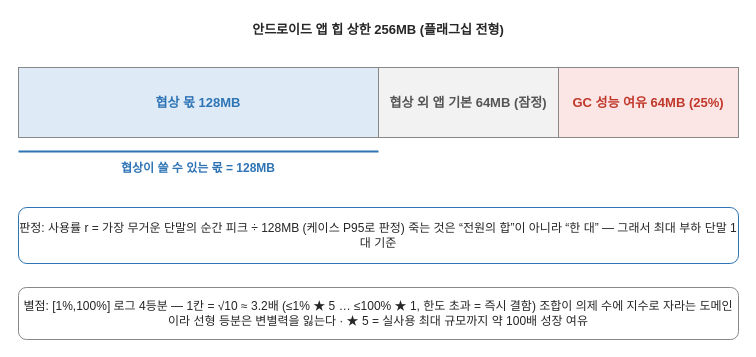
This is docs/changbae/drawio/61-3-RU-한도-유도-개념.drawio from Sunwoo-Nam/architect-teamproject, a draw.io file, before an edit. Source tidied: cells renumbered, new cells numbered last; positions are measured from the earlier drawing's top-left corner, leaving out a move shared by most shapes. Both pictures are drawn from the tidied source at 100%, with x=0, y=0 at pixel (18, 17).
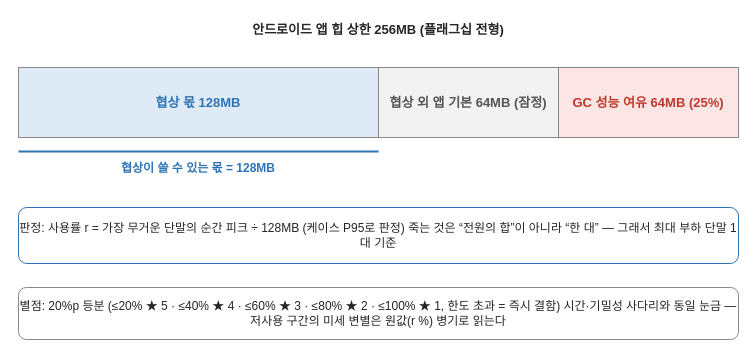
The same diagram, later.

The edit, as a diff of the source:
```diff
@@
 <mxGraphModel>
   <root>
     <mxCell id="0" />
     <mxCell id="1" parent="0" />
     <mxCell id="2" value="안드로이드 앱 힙 상한 256MB (플래그십 전형)" style="rounded=0;whiteSpace=wrap;html=1;fillColor=none;strokeColor=none;fontSize=13;fontColor=#262626;align=center;verticalAlign=middle;strokeWidth=1;fontStyle=1;strokeColor=none;" parent="1" vertex="1">
       <mxGeometry width="720" height="24" as="geometry" />
     </mxCell>
     <mxCell id="3" value="협상 몫  128MB" style="rounded=0;whiteSpace=wrap;html=1;fillColor=#DEEBF7;strokeColor=#888888;fontSize=13;fontColor=#2E74B5;align=center;verticalAlign=middle;strokeWidth=1;fontStyle=1;" parent="1" vertex="1">
       <mxGeometry y="50" width="360" height="70" as="geometry" />
     </mxCell>
     <mxCell id="4" value="협상 외 앱 기본  64MB (잠정)" style="rounded=0;whiteSpace=wrap;html=1;fillColor=#F2F2F2;strokeColor=#888888;fontSize=13;fontColor=#555555;align=center;verticalAlign=middle;strokeWidth=1;fontStyle=1;" parent="1" vertex="1">
       <mxGeometry x="360" y="50" width="180" height="70" as="geometry" />
     </mxCell>
     <mxCell id="5" value="GC 성능 여유  64MB (25%)" style="rounded=0;whiteSpace=wrap;html=1;fillColor=#FBE5E5;strokeColor=#888888;fontSize=13;fontColor=#C0392B;align=center;verticalAlign=middle;strokeWidth=1;fontStyle=1;" parent="1" vertex="1">
       <mxGeometry x="540" y="50" width="180" height="70" as="geometry" />
     </mxCell>
     <mxCell id="6" style="endArrow=none;html=1;strokeColor=#2E74B5;strokeWidth=2;endFill=1;" parent="1" edge="1">
       <mxGeometry relative="1" as="geometry">
         <mxPoint y="134" as="sourcePoint" />
         <mxPoint x="360" y="134" as="targetPoint" />
       </mxGeometry>
     </mxCell>
     <mxCell id="7" value="협상이 쓸 수 있는 몫 = 128MB" style="rounded=0;whiteSpace=wrap;html=1;fillColor=none;strokeColor=none;fontSize=12;fontColor=#2E74B5;align=center;verticalAlign=middle;strokeWidth=1;fontStyle=1;strokeColor=none;" parent="1" vertex="1">
       <mxGeometry y="140" width="360" height="22" as="geometry" />
     </mxCell>
     <mxCell id="8" value="판정: 사용률 r = 가장 무거운 단말의 순간 피크 ÷ 128MB  (케이스 P95로 판정)&amp;#10;죽는 것은 “전원의 합”이 아니라 “한 대” — 그래서 최대 부하 단말 1대 기준" style="rounded=1;whiteSpace=wrap;html=1;fillColor=#FFFFFF;strokeColor=#2E74B5;fontSize=12;fontColor=#262626;align=center;verticalAlign=middle;strokeWidth=1;" parent="1" vertex="1">
       <mxGeometry y="190" width="720" height="56" as="geometry" />
     </mxCell>
-    <mxCell id="9" value="별점: [1%,100%] 로그 4등분 — 1칸 = √10 ≈ 3.2배  (≤1% ★ 5 … ≤100% ★ 1, 한도 초과 = 즉시 결함)&amp;#10;조합이 의제 수에 지수로 자라는 도메인이라 선형 등분은 변별력을 잃는다 · ★ 5 = 실사용 최대 규모까지 약 100배 성장 여유" style="rounded=1;whiteSpace=wrap;html=1;fillColor=#FFFFFF;strokeColor=#888888;fontSize=12;fontColor=#262626;align=center;verticalAlign=middle;strokeWidth=1;" parent="1" vertex="1">
+    <mxCell id="9" value="별점: 20%p 등분  (≤20% ★ 5 · ≤40% ★ 4 · ≤60% ★ 3 · ≤80% ★ 2 · ≤100% ★ 1, 한도 초과 = 즉시 결함)&amp;#10;시간·기밀성 사다리와 동일 눈금 — 저사용 구간의 미세 변별은 원값(r %) 병기로 읽는다" style="rounded=1;whiteSpace=wrap;html=1;fillColor=#FFFFFF;strokeColor=#888888;fontSize=12;fontColor=#262626;align=center;verticalAlign=middle;strokeWidth=1;" parent="1" vertex="1">
       <mxGeometry y="270" width="720" height="52" as="geometry" />
     </mxCell>
   </root>
 </mxGraphModel>
```
